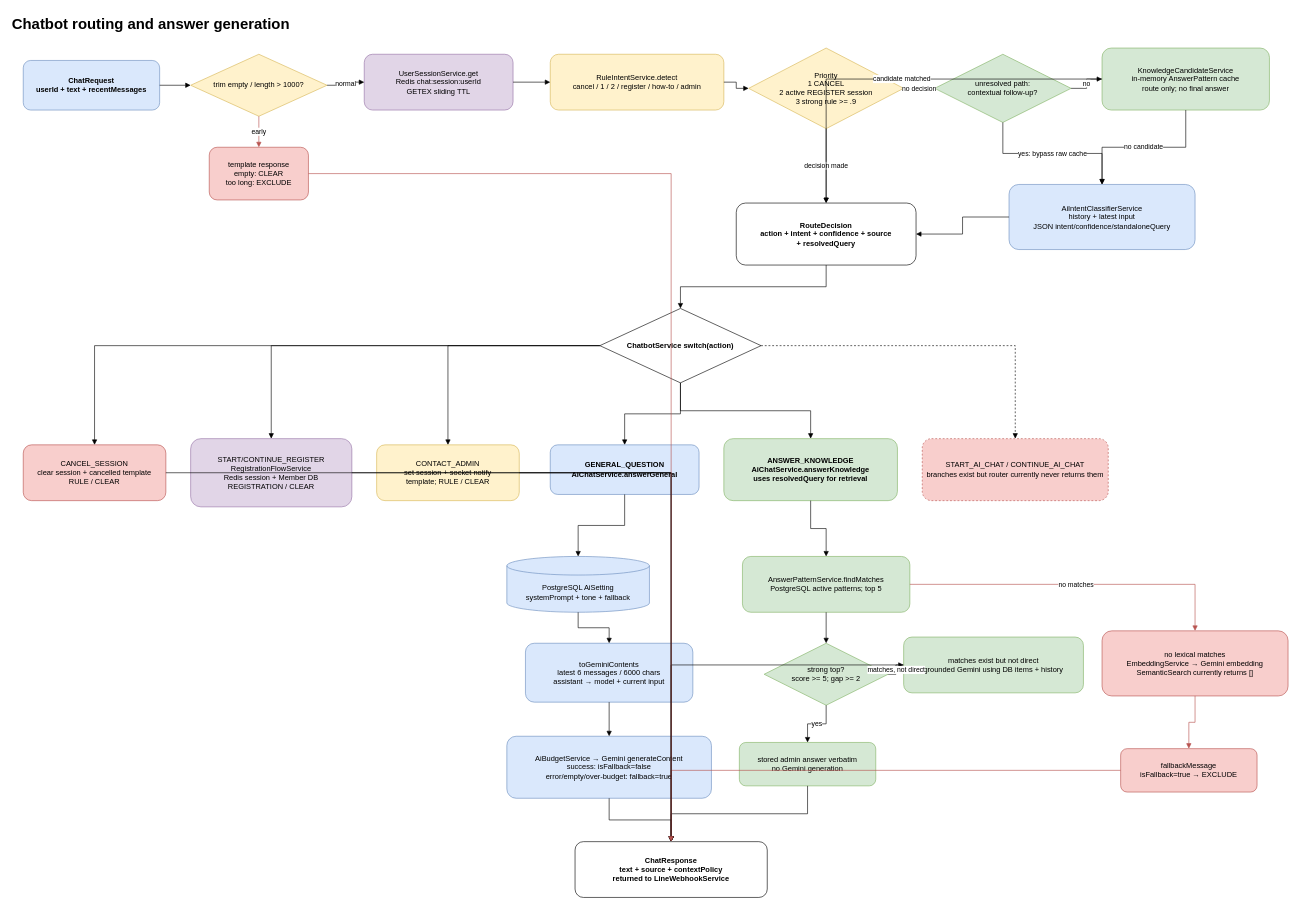
Before: page "2 - Chatbot Routing" (2 of 3) of docs/line-message-e2e.drawio in Codeine999/chatbot-agents, a draw.io diagram. Source tidied: cells renumbered, new cells numbered last; positions are measured from the earlier drawing's top-left corner, leaving out a move shared by most shapes. Both pictures are drawn from the tidied source at 62%, with x=0, y=0 at pixel (11, 11).
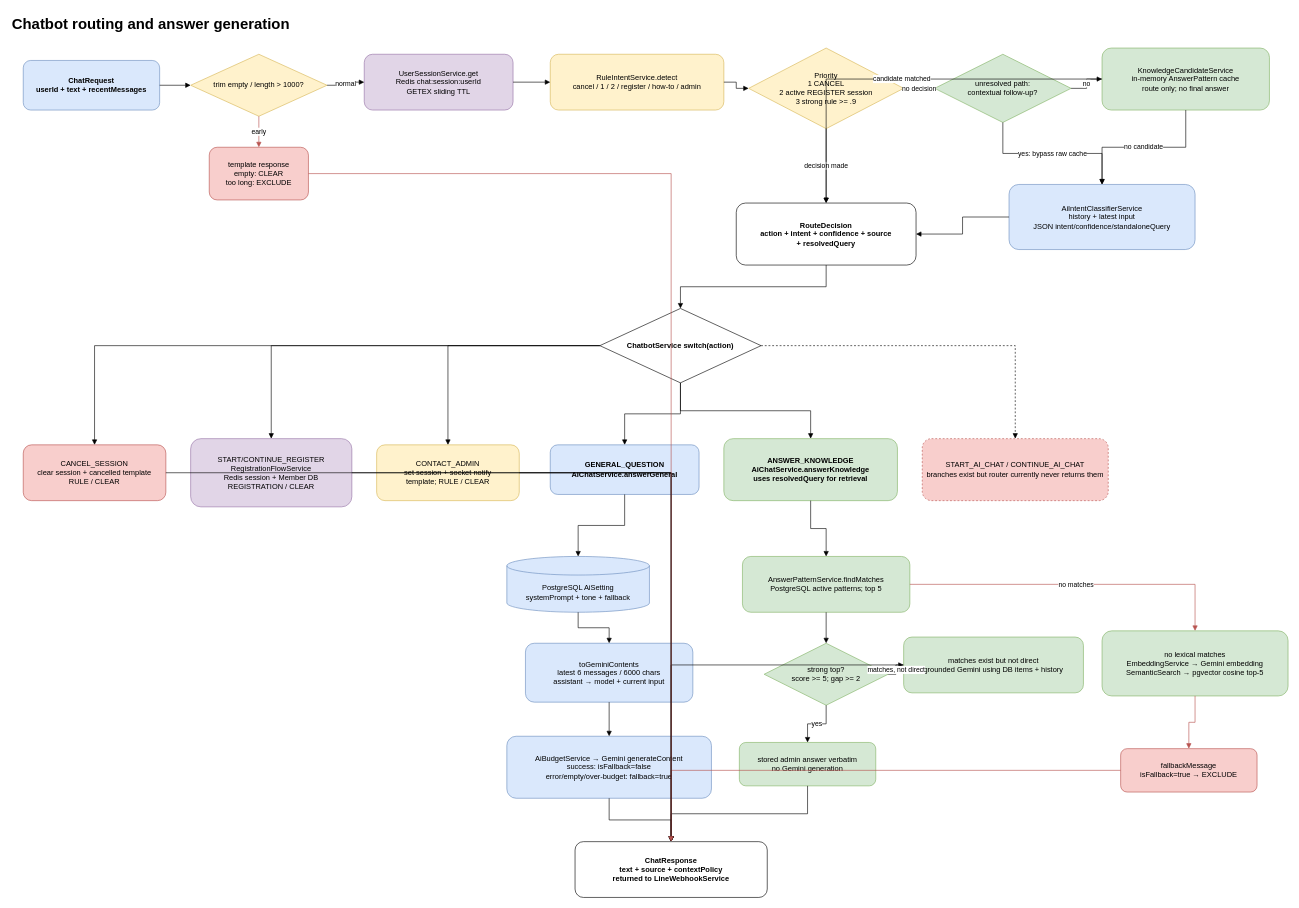
After the change.

What changed in the source:
```diff
@@
-    <mxCell id="27" value="no lexical matches&#10;EmbeddingService → Gemini embedding&#10;SemanticSearch currently returns []" style="rounded=1;whiteSpace=wrap;html=1;fillColor=#f8cecc;strokeColor=#b85450;" parent="1" vertex="1">
+    <mxCell id="27" value="no lexical matches&#10;EmbeddingService → Gemini embedding&#10;SemanticSearch → pgvector cosine top-5" style="rounded=1;whiteSpace=wrap;html=1;fillColor=#d5e8d4;strokeColor=#82b366;" parent="1" vertex="1">
       <mxGeometry x="1760" y="1000" width="300" height="105" as="geometry" />
     </mxCell>
```
